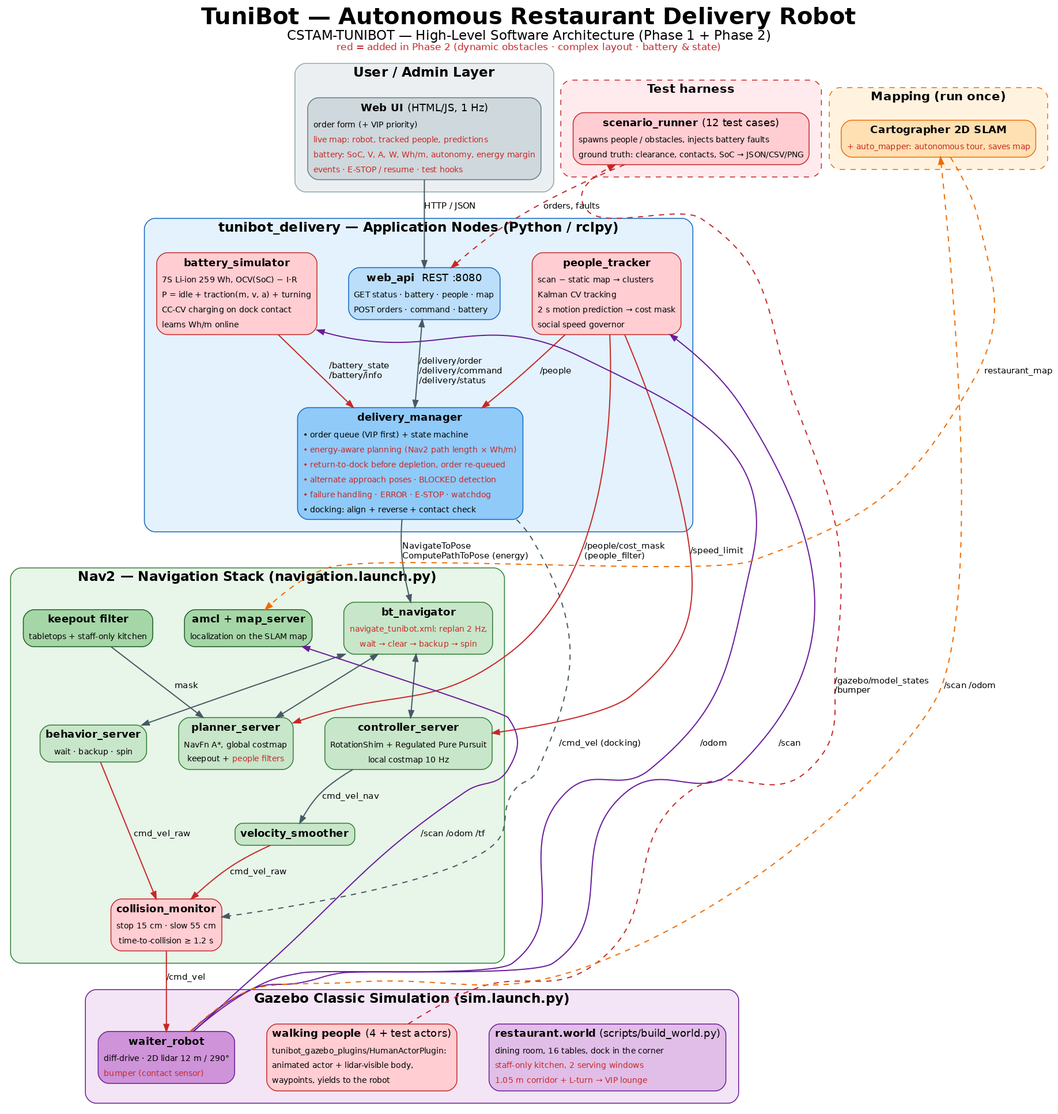
Before: src/tunibot_delivery/docs/architecture.png, a diagram exported from Graphviz (ghassenbani10-eng/Iot-Hunters). Its source is kept beside it as src/tunibot_delivery/docs/architecture.dot.
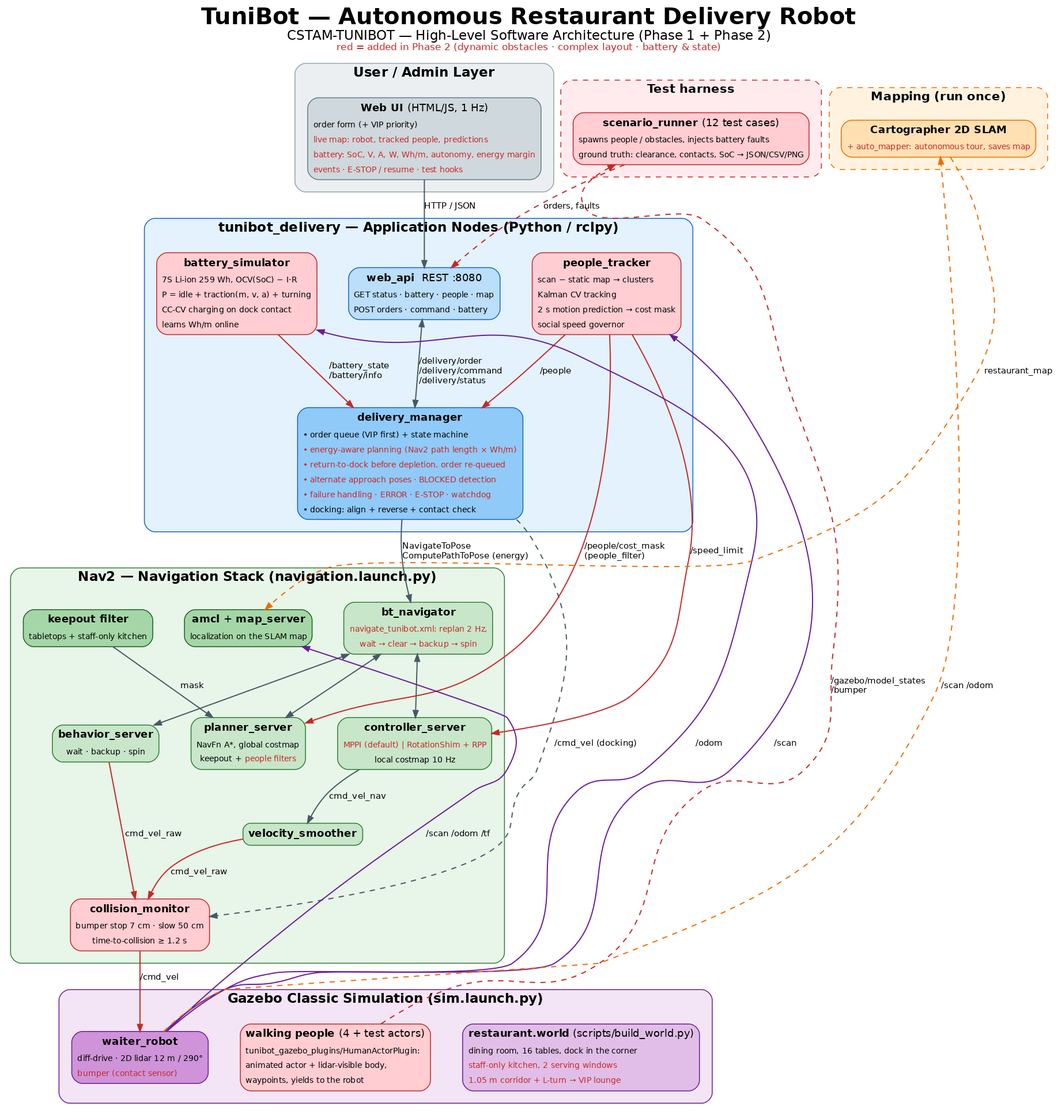
Later version of the same file.

Commit message:
Phase 2: MPPI controller by default (benchmarked vs RPP), braking holds, demo recorder

Change to the diagram source:
```diff
@@ -67,7 +67,7 @@
     fontsize=15; style="rounded,filled"; color="#2e7d32"; fillcolor="#e8f5e9"; margin=14;
     BT [label=<<TABLE BORDER="1" CELLBORDER="0" CELLSPACING="3" BGCOLOR="#c8e6c9" COLOR="#2e7d32" STYLE="ROUNDED"><TR><TD><B>bt_navigator</B></TD></TR><TR><TD><FONT POINT-SIZE="9" COLOR="#c62828">navigate_tunibot.xml: replan 2 Hz,</FONT></TD></TR><TR><TD><FONT POINT-SIZE="9" COLOR="#c62828">wait → clear → backup → spin</FONT></TD></TR></TABLE>>];
     PLAN [label=<<TABLE BORDER="1" CELLBORDER="0" CELLSPACING="3" BGCOLOR="#c8e6c9" COLOR="#2e7d32" STYLE="ROUNDED"><TR><TD><B>planner_server</B></TD></TR><TR><TD><FONT POINT-SIZE="9">NavFn A*, global costmap</FONT></TD></TR><TR><TD><FONT POINT-SIZE="9">keepout + <FONT COLOR="#c62828">people filters</FONT></FONT></TD></TR></TABLE>>];
-    CTRL [label=<<TABLE BORDER="1" CELLBORDER="0" CELLSPACING="3" BGCOLOR="#c8e6c9" COLOR="#2e7d32" STYLE="ROUNDED"><TR><TD><B>controller_server</B></TD></TR><TR><TD><FONT POINT-SIZE="9">RotationShim + Regulated Pure Pursuit</FONT></TD></TR><TR><TD><FONT POINT-SIZE="9">local costmap 10 Hz</FONT></TD></TR></TABLE>>];
+    CTRL [label=<<TABLE BORDER="1" CELLBORDER="0" CELLSPACING="3" BGCOLOR="#c8e6c9" COLOR="#2e7d32" STYLE="ROUNDED"><TR><TD><B>controller_server</B></TD></TR><TR><TD><FONT POINT-SIZE="9" COLOR="#c62828">MPPI (default) | RotationShim + RPP</FONT></TD></TR><TR><TD><FONT POINT-SIZE="9">local costmap 10 Hz</FONT></TD></TR></TABLE>>];
     BEH [label=<<TABLE BORDER="1" CELLBORDER="0" CELLSPACING="3" BGCOLOR="#c8e6c9" COLOR="#2e7d32" STYLE="ROUNDED"><TR><TD><B>behavior_server</B></TD></TR><TR><TD><FONT POINT-SIZE="9">wait · backup · spin</FONT></TD></TR></TABLE>>];
     SMOOTH [label=<<TABLE BORDER="1" CELLBORDER="0" CELLSPACING="3" BGCOLOR="#c8e6c9" COLOR="#2e7d32" STYLE="ROUNDED"><TR><TD><B>velocity_smoother</B></TD></TR></TABLE>>];
     CM [label=<<TABLE BORDER="1" CELLBORDER="0" CELLSPACING="3" BGCOLOR="#ffcdd2" COLOR="#c62828" STYLE="ROUNDED"><TR><TD><B>collision_monitor</B></TD></TR><TR><TD><FONT POINT-SIZE="9">bumper stop 7 cm · slow 50 cm</FONT></TD></TR><TR><TD><FONT POINT-SIZE="9">time-to-collision ≥ 1.2 s</FONT></TD></TR></TABLE>>];
```
